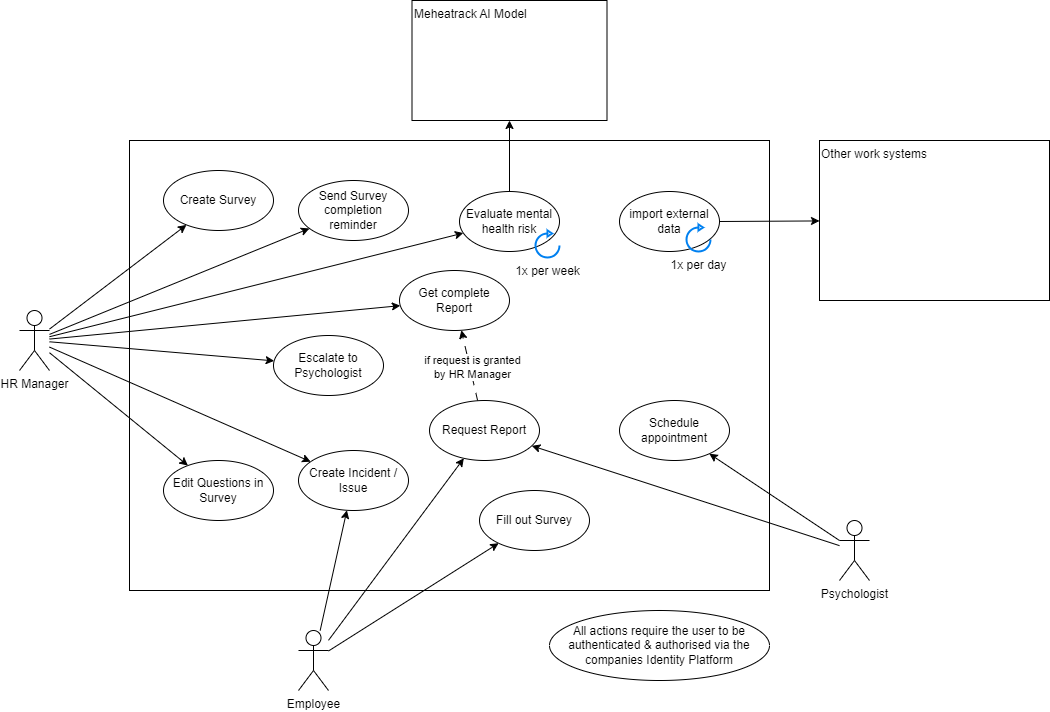
Before: docs/DiagramUseCase.drawio.png, a diagram exported from draw.io (Creebos/Mindwatch). Source tidied: cells renumbered, new cells last; positions are measured from the earlier drawing's top-left corner, leaving out a move shared by most shapes.
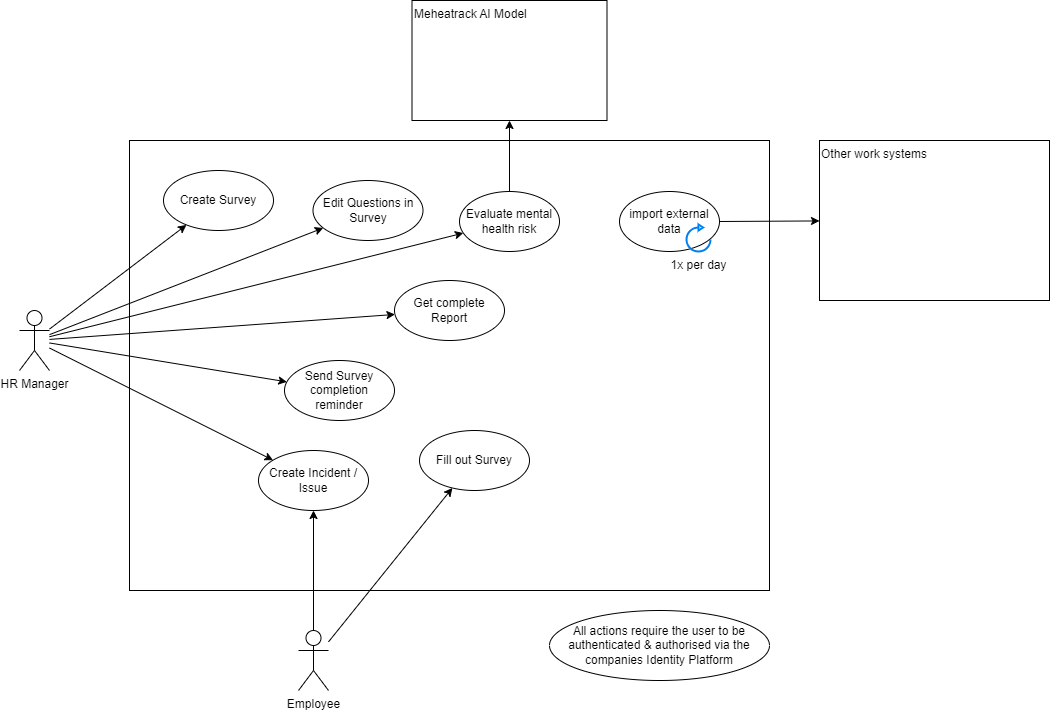
The same file after the commit.

Diff of the diagram source:
```diff
@@ -11,9 +11,6 @@
     <mxCell id="4" style="edgeStyle=none;rounded=0;jettySize=auto;html=1;" parent="1" edge="1" source="10" target="17">
       <mxGeometry relative="1" as="geometry" />
     </mxCell>
-    <mxCell id="5" style="edgeStyle=none;rounded=0;jettySize=auto;html=1;" parent="1" edge="1" source="10" target="23">
-      <mxGeometry relative="1" as="geometry" />
-    </mxCell>
     <mxCell id="6" style="edgeStyle=none;rounded=0;jettySize=auto;html=1;" parent="1" edge="1" source="10" target="24">
       <mxGeometry relative="1" as="geometry" />
     </mxCell>
@@ -32,14 +29,11 @@
     <mxCell id="11" style="edgeStyle=none;rounded=0;jettySize=auto;html=1;" parent="1" edge="1" source="13" target="18">
       <mxGeometry relative="1" as="geometry" />
     </mxCell>
-    <mxCell id="12" style="edgeStyle=none;rounded=0;jettySize=auto;html=1;" parent="1" edge="1" source="13" target="27">
-      <mxGeometry relative="1" as="geometry" />
-    </mxCell>
     <mxCell id="13" value="Employee" style="shape=umlActor;verticalLabelPosition=bottom;verticalAlign=top;html=1;outlineConnect=0;" parent="1" vertex="1">
       <mxGeometry x="279" y="630" width="30" height="60" as="geometry" />
     </mxCell>
     <mxCell id="14" value="Fill out Survey" style="ellipse;whiteSpace=wrap;html=1;" parent="1" vertex="1">
-      <mxGeometry x="460" y="490" width="110" height="60" as="geometry" />
+      <mxGeometry x="400" y="430" width="110" height="60" as="geometry" />
     </mxCell>
     <mxCell id="15" style="rounded=0;jettySize=auto;html=1;endArrow=classic;endFill=1;" parent="1" edge="1" source="13" target="14">
       <mxGeometry relative="1" as="geometry" />
@@ -48,38 +42,14 @@
       <mxGeometry x="144" y="170" width="110" height="60" as="geometry" />
     </mxCell>
     <mxCell id="17" value="Send Survey completion reminder" style="ellipse;whiteSpace=wrap;html=1;" parent="1" vertex="1">
-      <mxGeometry x="279" y="180" width="110" height="60" as="geometry" />
+      <mxGeometry x="265" y="360" width="110" height="60" as="geometry" />
     </mxCell>
     <mxCell id="18" value="Create Incident / Issue" style="ellipse;whiteSpace=wrap;html=1;" parent="1" vertex="1">
-      <mxGeometry x="279" y="450" width="110" height="60" as="geometry" />
+      <mxGeometry x="239" y="450" width="110" height="60" as="geometry" />
     </mxCell>
-    <mxCell id="19" style="edgeStyle=none;rounded=0;jettySize=auto;html=1;" parent="1" edge="1" source="21" target="22">
-      <mxGeometry relative="1" as="geometry" />
-    </mxCell>
-    <mxCell id="20" style="edgeStyle=none;rounded=0;jettySize=auto;html=1;" parent="1" edge="1" source="21" target="27">
-      <mxGeometry relative="1" as="geometry" />
-    </mxCell>
-    <mxCell id="21" value="Psychologist" style="shape=umlActor;verticalLabelPosition=bottom;verticalAlign=top;html=1;outlineConnect=0;" parent="1" vertex="1">
-      <mxGeometry x="820" y="520" width="30" height="60" as="geometry" />
-    </mxCell>
-    <mxCell id="22" value="Schedule appointment" style="ellipse;whiteSpace=wrap;html=1;" parent="1" vertex="1">
-      <mxGeometry x="600" y="400" width="110" height="60" as="geometry" />
-    </mxCell>
-    <mxCell id="23" value="Escalate to Psychologist" style="ellipse;whiteSpace=wrap;html=1;" parent="1" vertex="1">
-      <mxGeometry x="254" y="335" width="110" height="60" as="geometry" />
-    </mxCell>
     <mxCell id="24" value="Get complete Report" style="ellipse;whiteSpace=wrap;html=1;" parent="1" vertex="1">
-      <mxGeometry x="380" y="270" width="110" height="60" as="geometry" />
+      <mxGeometry x="375" y="280" width="110" height="60" as="geometry" />
     </mxCell>
-    <mxCell id="25" style="edgeStyle=none;rounded=0;jettySize=auto;html=1;dashed=1;dashPattern=8 8;" parent="1" edge="1" source="27" target="24">
-      <mxGeometry relative="1" as="geometry" />
-    </mxCell>
-    <mxCell id="26" value="if request is granted &lt;br&gt;by HR Manager" style="edgeLabel;html=1;align=center;verticalAlign=middle;" parent="25" vertex="1">
-      <mxGeometry x="-0.06" y="-2" relative="1" as="geometry" />
-    </mxCell>
-    <mxCell id="27" value="Request Report" style="ellipse;whiteSpace=wrap;html=1;" parent="1" vertex="1">
-      <mxGeometry x="410" y="400" width="110" height="60" as="geometry" />
-    </mxCell>
     <mxCell id="28" value="Other work systems" style="rounded=0;whiteSpace=wrap;html=1;align=left;verticalAlign=top;" parent="1" vertex="1">
       <mxGeometry x="800" y="140" width="230" height="160" as="geometry" />
     </mxCell>
@@ -101,14 +71,11 @@
     <mxCell id="34" value="Evaluate mental health risk" style="ellipse;whiteSpace=wrap;html=1;" parent="1" vertex="1">
       <mxGeometry x="440" y="191" width="100" height="60" as="geometry" />
     </mxCell>
-    <mxCell id="35" value="1x per week" style="html=1;verticalLabelPosition=bottom;align=center;labelBackgroundColor=#ffffff;verticalAlign=top;strokeWidth=2;strokeColor=#0080F0;shadow=0;dashed=0;shape=mxgraph.ios7.icons.reload;" parent="1" vertex="1">
-      <mxGeometry x="516" y="230" width="24" height="27" as="geometry" />
-    </mxCell>
     <mxCell id="36" value="All actions require the user to be authenticated &amp;amp; authorised via the companies Identity Platform" style="ellipse;whiteSpace=wrap;html=1;" parent="1" vertex="1">
       <mxGeometry x="530" y="610" width="220" height="70" as="geometry" />
     </mxCell>
     <mxCell id="37" value="Edit Questions in Survey" style="ellipse;whiteSpace=wrap;html=1;" parent="1" vertex="1">
-      <mxGeometry x="144" y="460" width="110" height="60" as="geometry" />
+      <mxGeometry x="293.5" y="180" width="110" height="60" as="geometry" />
     </mxCell>
   </root>
 </mxGraphModel>
```
